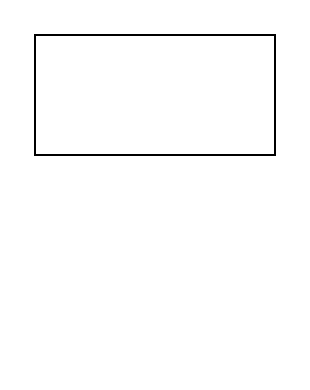
Above: 未命名绘图.drawio in xyzgithome/algorithm (draw.io), before the change. Source tidied: cells renumbered, new cells numbered last; positions are measured from the earlier drawing's top-left corner, leaving out a move shared by most shapes. Both pictures are drawn from the tidied source at 200%, with x=0, y=0 at pixel (34, 34).
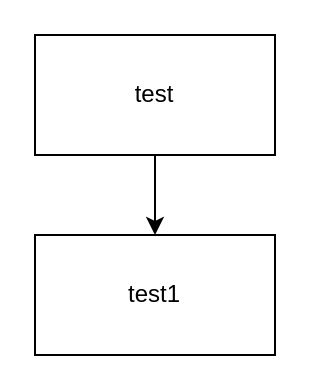
After the change.

Commit message (it also covers changes not shown here):
更新未命名绘图.drawio

The edit, as a diff of the source:
```diff
@@
 <mxGraphModel>
   <root>
     <mxCell id="0" />
     <mxCell id="1" parent="0" />
+    <mxCell id="3" style="edgeStyle=orthogonalEdgeStyle;rounded=0;jettySize=auto;html=1;" parent="1" edge="1" source="2" target="4">
+      <mxGeometry relative="1" as="geometry" />
+    </mxCell>
-    <mxCell id="2" style="rounded=0;whiteSpace=wrap;html=1;" parent="1" vertex="1">
+    <mxCell id="2" value="test" style="rounded=0;whiteSpace=wrap;html=1;" parent="1" vertex="1">
       <mxGeometry width="120" height="60" as="geometry" />
     </mxCell>
+    <mxCell id="4" value="test1" style="rounded=0;whiteSpace=wrap;html=1;" parent="1" vertex="1">
+      <mxGeometry y="100" width="120" height="60" as="geometry" />
+    </mxCell>
   </root>
 </mxGraphModel>
```
